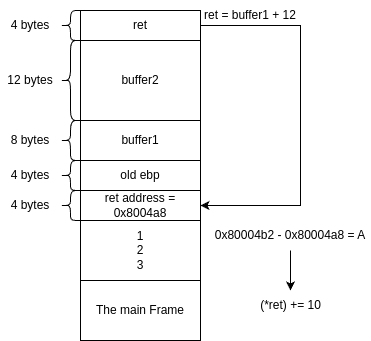
Above: ret_smashing-the-stack.png in RegistersNinja/shellcoders_handbook (draw.io), before the change. Source tidied: cells renumbered, new cells last; positions are measured from the earlier drawing's top-left corner, leaving out a move shared by most shapes. The source it was exported from:
```xml
<mxGraphModel>
  <root>
    <mxCell id="0" />
    <mxCell id="1" parent="0" />
    <mxCell id="2" style="group;fillColor=default;" parent="1" vertex="1">
      <mxGeometry width="370" height="340" as="geometry" />
    </mxCell>
    <mxCell id="3" value="The main Frame" style="rounded=0;whiteSpace=wrap;html=1;fillColor=none;" parent="2" vertex="1">
      <mxGeometry x="80" y="280" width="120" height="60" as="geometry" />
    </mxCell>
    <mxCell id="4" value="1&lt;br&gt;2&lt;br&gt;3" style="rounded=0;whiteSpace=wrap;html=1;fillColor=none;" parent="2" vertex="1">
      <mxGeometry x="80" y="220" width="120" height="60" as="geometry" />
    </mxCell>
    <mxCell id="5" value="ret address = 0x8004a8" style="rounded=0;whiteSpace=wrap;html=1;fillColor=none;" parent="2" vertex="1">
      <mxGeometry x="80" y="190" width="120" height="30" as="geometry" />
    </mxCell>
    <mxCell id="6" value="old ebp" style="rounded=0;whiteSpace=wrap;html=1;fillColor=none;" parent="2" vertex="1">
      <mxGeometry x="80" y="160" width="120" height="30" as="geometry" />
    </mxCell>
    <mxCell id="7" value="buffer1" style="rounded=0;whiteSpace=wrap;html=1;fillColor=none;" parent="2" vertex="1">
      <mxGeometry x="80" y="120" width="120" height="40" as="geometry" />
    </mxCell>
    <mxCell id="8" value="buffer2" style="rounded=0;whiteSpace=wrap;html=1;fillColor=none;" parent="2" vertex="1">
      <mxGeometry x="80" y="40" width="120" height="80" as="geometry" />
    </mxCell>
    <mxCell id="9" style="edgeStyle=orthogonalEdgeStyle;rounded=0;jettySize=auto;html=1;entryX=1;entryY=0.5;entryDx=0;entryDy=0;" parent="2" edge="1" source="10" target="5">
      <mxGeometry relative="1" as="geometry">
        <Array as="points">
          <mxPoint x="300" y="25" />
          <mxPoint x="300" y="205" />
        </Array>
      </mxGeometry>
    </mxCell>
    <mxCell id="10" value="ret" style="rounded=0;whiteSpace=wrap;html=1;fillColor=none;" parent="2" vertex="1">
      <mxGeometry x="80" y="10" width="120" height="30" as="geometry" />
    </mxCell>
    <mxCell id="11" style="shape=curlyBracket;whiteSpace=wrap;html=1;rounded=1;labelPosition=left;verticalLabelPosition=middle;align=right;verticalAlign=middle;" parent="2" vertex="1">
      <mxGeometry x="60" y="190" width="20" height="30" as="geometry" />
    </mxCell>
    <mxCell id="12" style="shape=curlyBracket;whiteSpace=wrap;html=1;rounded=1;labelPosition=left;verticalLabelPosition=middle;align=right;verticalAlign=middle;" parent="2" vertex="1">
      <mxGeometry x="60" y="160" width="20" height="30" as="geometry" />
    </mxCell>
    <mxCell id="13" style="shape=curlyBracket;whiteSpace=wrap;html=1;rounded=1;labelPosition=left;verticalLabelPosition=middle;align=right;verticalAlign=middle;" parent="2" vertex="1">
      <mxGeometry x="60" y="120" width="20" height="40" as="geometry" />
    </mxCell>
    <mxCell id="14" style="shape=curlyBracket;whiteSpace=wrap;html=1;rounded=1;labelPosition=left;verticalLabelPosition=middle;align=right;verticalAlign=middle;" parent="2" vertex="1">
      <mxGeometry x="60" y="40" width="20" height="80" as="geometry" />
    </mxCell>
    <mxCell id="15" style="shape=curlyBracket;whiteSpace=wrap;html=1;rounded=1;labelPosition=left;verticalLabelPosition=middle;align=right;verticalAlign=middle;" parent="2" vertex="1">
      <mxGeometry x="60" y="10" width="20" height="30" as="geometry" />
    </mxCell>
    <mxCell id="16" value="4 bytes" style="text;html=1;align=center;verticalAlign=middle;whiteSpace=wrap;rounded=0;" parent="2" vertex="1">
      <mxGeometry y="190" width="60" height="30" as="geometry" />
    </mxCell>
    <mxCell id="17" value="4 bytes" style="text;html=1;align=center;verticalAlign=middle;whiteSpace=wrap;rounded=0;" parent="2" vertex="1">
      <mxGeometry y="160" width="60" height="30" as="geometry" />
    </mxCell>
    <mxCell id="18" value="8 bytes" style="text;html=1;align=center;verticalAlign=middle;whiteSpace=wrap;rounded=0;" parent="2" vertex="1">
      <mxGeometry y="125" width="60" height="30" as="geometry" />
    </mxCell>
    <mxCell id="19" value="12 bytes" style="text;html=1;align=center;verticalAlign=middle;whiteSpace=wrap;rounded=0;" parent="2" vertex="1">
      <mxGeometry y="65" width="60" height="30" as="geometry" />
    </mxCell>
    <mxCell id="20" value="4 bytes" style="text;html=1;align=center;verticalAlign=middle;whiteSpace=wrap;rounded=0;" parent="2" vertex="1">
      <mxGeometry y="10" width="60" height="30" as="geometry" />
    </mxCell>
    <mxCell id="21" value="ret = buffer1 + 12" style="text;html=1;align=center;verticalAlign=middle;whiteSpace=wrap;rounded=0;" parent="2" vertex="1">
      <mxGeometry x="200" width="100" height="30" as="geometry" />
    </mxCell>
    <mxCell id="22" value="0x80004b2 - 0x80004a8 = A" style="text;html=1;align=center;verticalAlign=middle;whiteSpace=wrap;rounded=0;" parent="2" vertex="1">
      <mxGeometry x="210" y="220" width="160" height="30" as="geometry" />
    </mxCell>
    <mxCell id="23" value="(*ret) += 10" style="text;html=1;align=center;verticalAlign=middle;whiteSpace=wrap;rounded=0;" parent="2" vertex="1">
      <mxGeometry x="252.5" y="290" width="75" height="30" as="geometry" />
    </mxCell>
    <mxCell id="24" style="edgeStyle=none;html=1;" parent="2" edge="1" source="22" target="23">
      <mxGeometry relative="1" as="geometry" />
    </mxCell>
  </root>
</mxGraphModel>
```
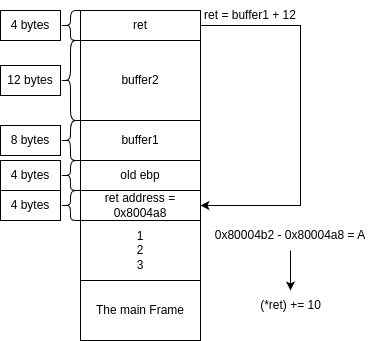
Later version of the same file.

Diff of the diagram source:
```diff
@@ -1,29 +1,26 @@
-<mxGraphModel>
+<mxGraphModel background="#ffffff">
   <root>
     <mxCell id="0" />
     <mxCell id="1" parent="0" />
-    <mxCell id="2" style="group;fillColor=default;" parent="1" vertex="1">
-      <mxGeometry width="370" height="340" as="geometry" />
-    </mxCell>
-    <mxCell id="3" value="The main Frame" style="rounded=0;whiteSpace=wrap;html=1;fillColor=none;" parent="2" vertex="1">
+    <mxCell id="3" value="The main Frame" style="rounded=0;whiteSpace=wrap;html=1;strokeColor=#000000;fillColor=none;fontColor=#000000;" parent="1" vertex="1">
       <mxGeometry x="80" y="280" width="120" height="60" as="geometry" />
     </mxCell>
-    <mxCell id="4" value="1&lt;br&gt;2&lt;br&gt;3" style="rounded=0;whiteSpace=wrap;html=1;fillColor=none;" parent="2" vertex="1">
+    <mxCell id="4" value="1&lt;br&gt;2&lt;br&gt;3" style="rounded=0;whiteSpace=wrap;html=1;strokeColor=#000000;fillColor=none;fontColor=#000000;" parent="1" vertex="1">
       <mxGeometry x="80" y="220" width="120" height="60" as="geometry" />
     </mxCell>
-    <mxCell id="5" value="ret address = 0x8004a8" style="rounded=0;whiteSpace=wrap;html=1;fillColor=none;" parent="2" vertex="1">
+    <mxCell id="5" value="ret address = 0x8004a8" style="rounded=0;whiteSpace=wrap;html=1;strokeColor=#000000;fillColor=none;fontColor=#000000;" parent="1" vertex="1">
       <mxGeometry x="80" y="190" width="120" height="30" as="geometry" />
     </mxCell>
-    <mxCell id="6" value="old ebp" style="rounded=0;whiteSpace=wrap;html=1;fillColor=none;" parent="2" vertex="1">
+    <mxCell id="6" value="old ebp" style="rounded=0;whiteSpace=wrap;html=1;strokeColor=#000000;fillColor=none;fontColor=#000000;" parent="1" vertex="1">
       <mxGeometry x="80" y="160" width="120" height="30" as="geometry" />
     </mxCell>
-    <mxCell id="7" value="buffer1" style="rounded=0;whiteSpace=wrap;html=1;fillColor=none;" parent="2" vertex="1">
+    <mxCell id="7" value="buffer1" style="rounded=0;whiteSpace=wrap;html=1;strokeColor=#000000;fillColor=none;fontColor=#000000;" parent="1" vertex="1">
       <mxGeometry x="80" y="120" width="120" height="40" as="geometry" />
     </mxCell>
-    <mxCell id="8" value="buffer2" style="rounded=0;whiteSpace=wrap;html=1;fillColor=none;" parent="2" vertex="1">
+    <mxCell id="8" value="buffer2" style="rounded=0;whiteSpace=wrap;html=1;strokeColor=#000000;fillColor=none;fontColor=#000000;" parent="1" vertex="1">
       <mxGeometry x="80" y="40" width="120" height="80" as="geometry" />
     </mxCell>
-    <mxCell id="9" style="edgeStyle=orthogonalEdgeStyle;rounded=0;jettySize=auto;html=1;entryX=1;entryY=0.5;entryDx=0;entryDy=0;" parent="2" edge="1" source="10" target="5">
+    <mxCell id="9" style="edgeStyle=orthogonalEdgeStyle;rounded=0;jettySize=auto;html=1;entryX=1;entryY=0.5;entryDx=0;entryDy=0;strokeColor=#000000;fontColor=#000000;" parent="1" edge="1" source="10" target="5">
       <mxGeometry relative="1" as="geometry">
         <Array as="points">
           <mxPoint x="300" y="25" />
@@ -31,50 +28,50 @@
         </Array>
       </mxGeometry>
     </mxCell>
-    <mxCell id="10" value="ret" style="rounded=0;whiteSpace=wrap;html=1;fillColor=none;" parent="2" vertex="1">
+    <mxCell id="10" value="ret" style="rounded=0;whiteSpace=wrap;html=1;strokeColor=#000000;fillColor=none;fontColor=#000000;" parent="1" vertex="1">
       <mxGeometry x="80" y="10" width="120" height="30" as="geometry" />
     </mxCell>
-    <mxCell id="11" style="shape=curlyBracket;whiteSpace=wrap;html=1;rounded=1;labelPosition=left;verticalLabelPosition=middle;align=right;verticalAlign=middle;" parent="2" vertex="1">
+    <mxCell id="11" style="shape=curlyBracket;whiteSpace=wrap;html=1;rounded=1;labelPosition=left;verticalLabelPosition=middle;align=right;verticalAlign=middle;strokeColor=#000000;fontColor=#000000;" parent="1" vertex="1">
       <mxGeometry x="60" y="190" width="20" height="30" as="geometry" />
     </mxCell>
-    <mxCell id="12" style="shape=curlyBracket;whiteSpace=wrap;html=1;rounded=1;labelPosition=left;verticalLabelPosition=middle;align=right;verticalAlign=middle;" parent="2" vertex="1">
+    <mxCell id="12" style="shape=curlyBracket;whiteSpace=wrap;html=1;rounded=1;labelPosition=left;verticalLabelPosition=middle;align=right;verticalAlign=middle;strokeColor=#000000;fontColor=#000000;" parent="1" vertex="1">
       <mxGeometry x="60" y="160" width="20" height="30" as="geometry" />
     </mxCell>
-    <mxCell id="13" style="shape=curlyBracket;whiteSpace=wrap;html=1;rounded=1;labelPosition=left;verticalLabelPosition=middle;align=right;verticalAlign=middle;" parent="2" vertex="1">
+    <mxCell id="13" style="shape=curlyBracket;whiteSpace=wrap;html=1;rounded=1;labelPosition=left;verticalLabelPosition=middle;align=right;verticalAlign=middle;strokeColor=#000000;fontColor=#000000;" parent="1" vertex="1">
       <mxGeometry x="60" y="120" width="20" height="40" as="geometry" />
     </mxCell>
-    <mxCell id="14" style="shape=curlyBracket;whiteSpace=wrap;html=1;rounded=1;labelPosition=left;verticalLabelPosition=middle;align=right;verticalAlign=middle;" parent="2" vertex="1">
+    <mxCell id="14" style="shape=curlyBracket;whiteSpace=wrap;html=1;rounded=1;labelPosition=left;verticalLabelPosition=middle;align=right;verticalAlign=middle;strokeColor=#000000;fontColor=#000000;" parent="1" vertex="1">
       <mxGeometry x="60" y="40" width="20" height="80" as="geometry" />
     </mxCell>
-    <mxCell id="15" style="shape=curlyBracket;whiteSpace=wrap;html=1;rounded=1;labelPosition=left;verticalLabelPosition=middle;align=right;verticalAlign=middle;" parent="2" vertex="1">
+    <mxCell id="15" style="shape=curlyBracket;whiteSpace=wrap;html=1;rounded=1;labelPosition=left;verticalLabelPosition=middle;align=right;verticalAlign=middle;strokeColor=#000000;fontColor=#000000;" parent="1" vertex="1">
       <mxGeometry x="60" y="10" width="20" height="30" as="geometry" />
     </mxCell>
-    <mxCell id="16" value="4 bytes" style="text;html=1;align=center;verticalAlign=middle;whiteSpace=wrap;rounded=0;" parent="2" vertex="1">
+    <mxCell id="16" value="4 bytes" style="text;html=1;align=center;verticalAlign=middle;whiteSpace=wrap;rounded=0;strokeColor=#000000;fontColor=#000000;" parent="1" vertex="1">
       <mxGeometry y="190" width="60" height="30" as="geometry" />
     </mxCell>
-    <mxCell id="17" value="4 bytes" style="text;html=1;align=center;verticalAlign=middle;whiteSpace=wrap;rounded=0;" parent="2" vertex="1">
+    <mxCell id="17" value="4 bytes" style="text;html=1;align=center;verticalAlign=middle;whiteSpace=wrap;rounded=0;strokeColor=#000000;fontColor=#000000;" parent="1" vertex="1">
       <mxGeometry y="160" width="60" height="30" as="geometry" />
     </mxCell>
-    <mxCell id="18" value="8 bytes" style="text;html=1;align=center;verticalAlign=middle;whiteSpace=wrap;rounded=0;" parent="2" vertex="1">
+    <mxCell id="18" value="8 bytes" style="text;html=1;align=center;verticalAlign=middle;whiteSpace=wrap;rounded=0;strokeColor=#000000;fontColor=#000000;" parent="1" vertex="1">
       <mxGeometry y="125" width="60" height="30" as="geometry" />
     </mxCell>
-    <mxCell id="19" value="12 bytes" style="text;html=1;align=center;verticalAlign=middle;whiteSpace=wrap;rounded=0;" parent="2" vertex="1">
+    <mxCell id="19" value="12 bytes" style="text;html=1;align=center;verticalAlign=middle;whiteSpace=wrap;rounded=0;strokeColor=#000000;fontColor=#000000;" parent="1" vertex="1">
       <mxGeometry y="65" width="60" height="30" as="geometry" />
     </mxCell>
-    <mxCell id="20" value="4 bytes" style="text;html=1;align=center;verticalAlign=middle;whiteSpace=wrap;rounded=0;" parent="2" vertex="1">
+    <mxCell id="20" value="4 bytes" style="text;html=1;align=center;verticalAlign=middle;whiteSpace=wrap;rounded=0;strokeColor=#000000;fontColor=#000000;" parent="1" vertex="1">
       <mxGeometry y="10" width="60" height="30" as="geometry" />
     </mxCell>
-    <mxCell id="21" value="ret = buffer1 + 12" style="text;html=1;align=center;verticalAlign=middle;whiteSpace=wrap;rounded=0;" parent="2" vertex="1">
+    <mxCell id="21" value="ret = buffer1 + 12" style="text;html=1;align=center;verticalAlign=middle;whiteSpace=wrap;rounded=0;strokeColor=none;fontColor=#000000;" parent="1" vertex="1">
       <mxGeometry x="200" width="100" height="30" as="geometry" />
     </mxCell>
+    <mxCell id="24" style="edgeStyle=none;html=1;strokeColor=#000000;fontColor=#000000;" parent="1" edge="1" source="22" target="23">
+      <mxGeometry relative="1" as="geometry" />
+    </mxCell>
-    <mxCell id="22" value="0x80004b2 - 0x80004a8 = A" style="text;html=1;align=center;verticalAlign=middle;whiteSpace=wrap;rounded=0;" parent="2" vertex="1">
+    <mxCell id="22" value="0x80004b2 - 0x80004a8 = A" style="text;html=1;align=center;verticalAlign=middle;whiteSpace=wrap;rounded=0;strokeColor=none;fontColor=#000000;" parent="1" vertex="1">
       <mxGeometry x="210" y="220" width="160" height="30" as="geometry" />
     </mxCell>
-    <mxCell id="23" value="(*ret) += 10" style="text;html=1;align=center;verticalAlign=middle;whiteSpace=wrap;rounded=0;" parent="2" vertex="1">
+    <mxCell id="23" value="(*ret) += 10" style="text;html=1;align=center;verticalAlign=middle;whiteSpace=wrap;rounded=0;strokeColor=none;fontColor=#000000;" parent="1" vertex="1">
       <mxGeometry x="252.5" y="290" width="75" height="30" as="geometry" />
     </mxCell>
-    <mxCell id="24" style="edgeStyle=none;html=1;" parent="2" edge="1" source="22" target="23">
-      <mxGeometry relative="1" as="geometry" />
-    </mxCell>
   </root>
 </mxGraphModel>
```
